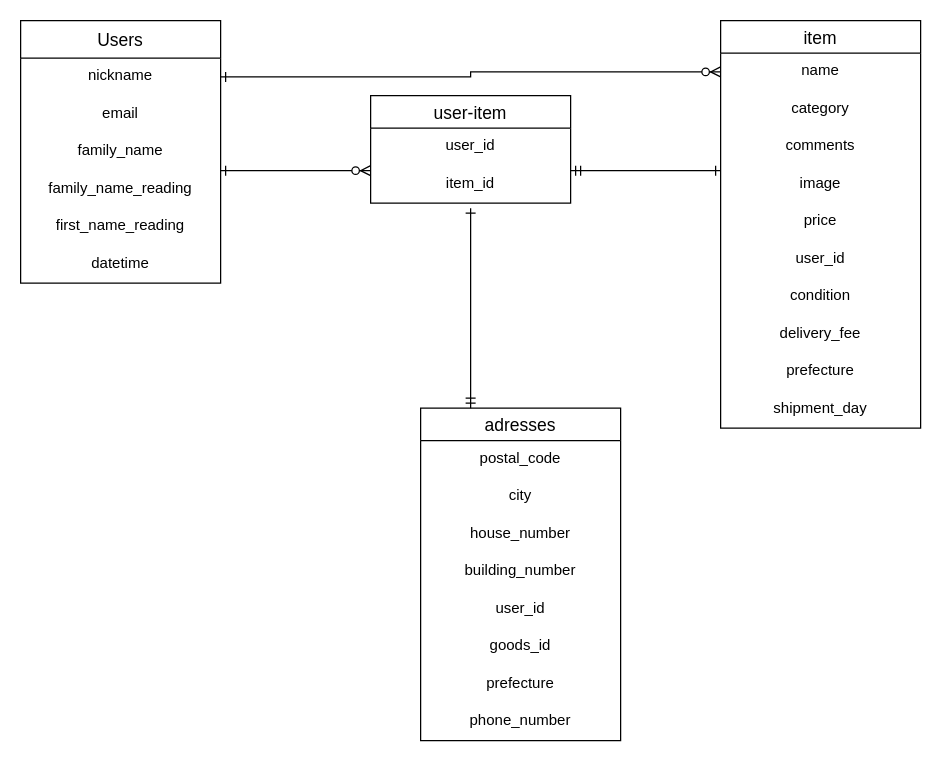
Above: furima.dio in xxxkana/furima-36249 (draw.io), before the change. Source tidied: cells renumbered, new cells numbered last; positions are measured from the earlier drawing's top-left corner, leaving out a move shared by most shapes. Both pictures are drawn from the tidied source at 125%, with x=0, y=0 at pixel (20, 20).
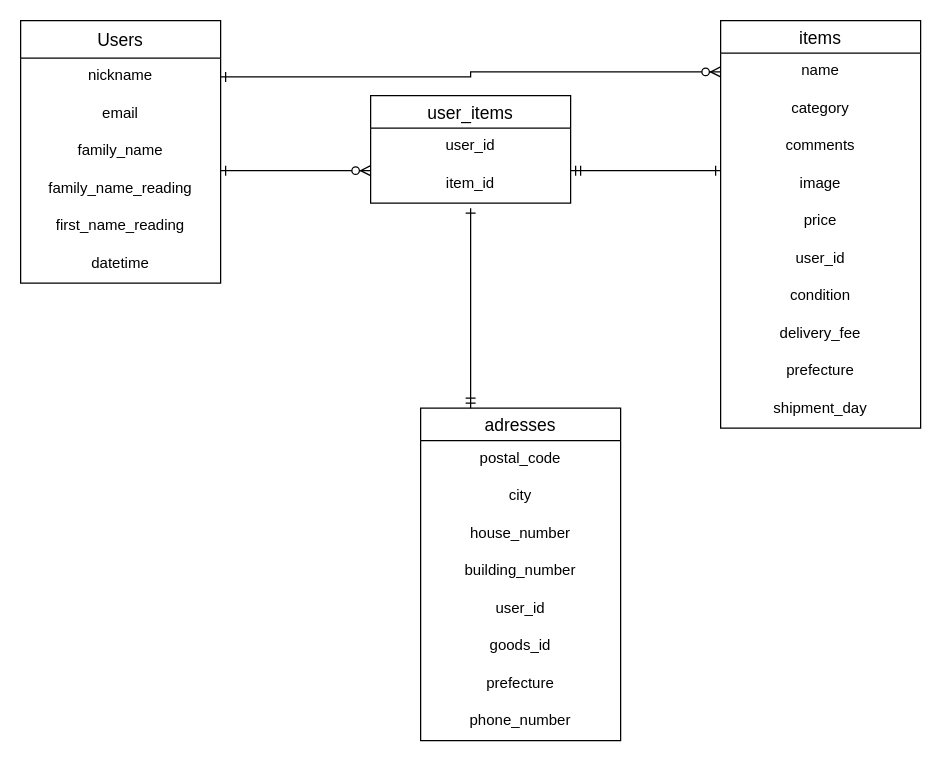
Above is the later version.

Commit message:
データベース設計修正6-2

The edit, as a diff of the source:
```diff
@@
-    <mxCell id="9" value="item" style="swimlane;fontStyle=0;horizontal=1;startSize=26;align=center;fontSize=14;" parent="1" vertex="1">
+    <mxCell id="9" value="items" style="swimlane;fontStyle=0;horizontal=1;startSize=26;align=center;fontSize=14;" parent="1" vertex="1">
       <mxGeometry x="560" width="160" height="326" as="geometry" />
     </mxCell>
@@
-    <mxCell id="29" value="user-item" style="swimlane;fontStyle=0;horizontal=1;startSize=26;align=center;fontSize=14;" parent="1" vertex="1">
+    <mxCell id="29" value="user_items" style="swimlane;fontStyle=0;horizontal=1;startSize=26;align=center;fontSize=14;" parent="1" vertex="1">
       <mxGeometry x="280" y="60" width="160" height="86" as="geometry" />
     </mxCell>
```
